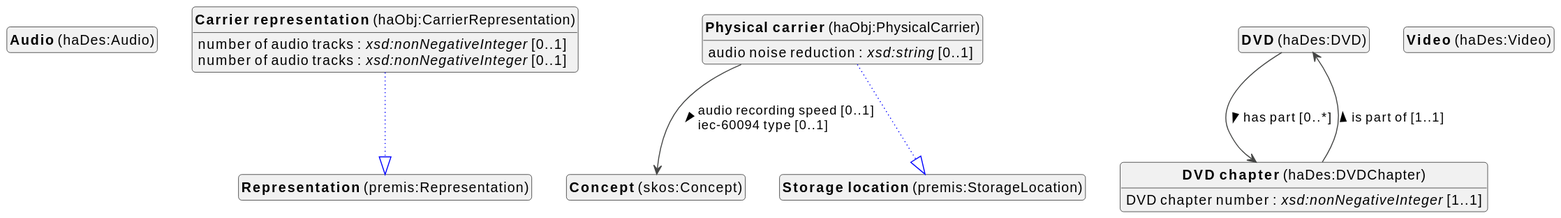
Earlier version of the PlantUML export docs/metadata/knowledge-graph/0.0.1/audiovisual/en/audiovisual-diagram.svg (viaacode/documentation-jekyll).
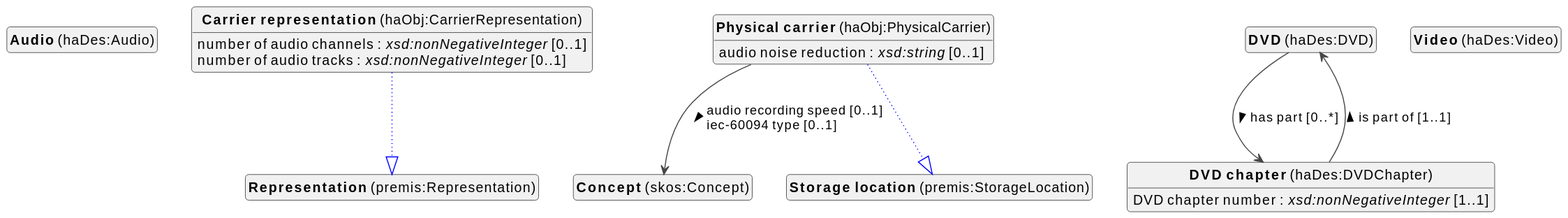
After the commit.

Diff of the diagram source:
```diff
@@ -24,7 +24,7 @@
 
 haObj_CarrierRepresentation --|> premis_Representation #blue;line.dotted;text:blue
 
-haObj_CarrierRepresentation : number of audio tracks : <i>xsd:nonNegativeInteger</i> [0..1]
+haObj_CarrierRepresentation : number of audio channels : <i>xsd:nonNegativeInteger</i> [0..1]
 haObj_CarrierRepresentation : number of audio tracks : <i>xsd:nonNegativeInteger</i> [0..1]
 
 
```
